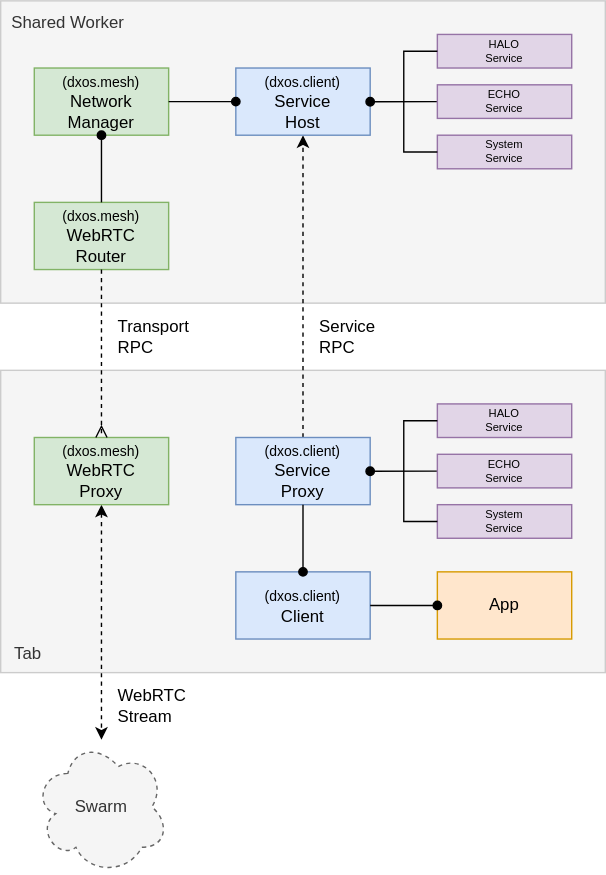
dxos/dxos keeps this draw.io diagram as docs/design/diagrams/client-webrtc-router.drawio.svg. Above is the earlier version. Source tidied: cells renumbered, new cells last; positions are measured from the earlier drawing's top-left corner, leaving out a move shared by most shapes.
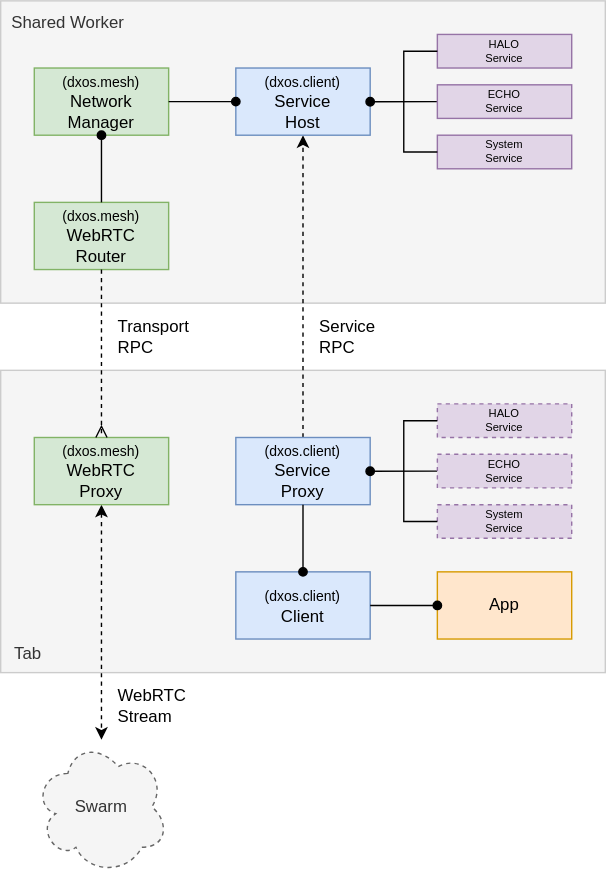
The same file after the commit.

Diff of the diagram source:
```diff
@@ -90,7 +90,7 @@
     <mxCell id="28" style="group;" parent="1" vertex="1">
       <mxGeometry x="264" y="288" width="144" height="96" as="geometry" />
     </mxCell>
-    <mxCell id="29" value="HALO&lt;br style=&quot;font-size: 8px&quot;&gt;Service" style="rounded=0;whiteSpace=wrap;html=1;fontSize=8;fillColor=#e1d5e7;strokeColor=#9673a6;" parent="28" vertex="1">
+    <mxCell id="29" value="HALO&lt;br style=&quot;font-size: 8px&quot;&gt;Service" style="rounded=0;whiteSpace=wrap;html=1;fontSize=8;fillColor=#e1d5e7;strokeColor=#9673a6;dashed=1;" parent="28" vertex="1">
       <mxGeometry x="48" width="96" height="24" as="geometry" />
     </mxCell>
     <mxCell id="30" style="edgeStyle=none;rounded=0;html=1;exitX=0;exitY=0.5;exitDx=0;exitDy=0;startArrow=none;startFill=0;endArrow=oval;endFill=1;" parent="28" edge="1" source="31">
@@ -98,10 +98,10 @@
         <mxPoint y="48.1" as="targetPoint" />
       </mxGeometry>
     </mxCell>
-    <mxCell id="31" value="ECHO&lt;br style=&quot;font-size: 8px&quot;&gt;Service" style="rounded=0;whiteSpace=wrap;html=1;fontSize=8;fillColor=#e1d5e7;strokeColor=#9673a6;" parent="28" vertex="1">
+    <mxCell id="31" value="ECHO&lt;br style=&quot;font-size: 8px&quot;&gt;Service" style="rounded=0;whiteSpace=wrap;html=1;fontSize=8;fillColor=#e1d5e7;strokeColor=#9673a6;dashed=1;" parent="28" vertex="1">
       <mxGeometry x="48" y="36" width="96" height="24" as="geometry" />
     </mxCell>
-    <mxCell id="32" value="System&lt;br style=&quot;font-size: 8px&quot;&gt;Service" style="rounded=0;whiteSpace=wrap;html=1;fontSize=8;fillColor=#e1d5e7;strokeColor=#9673a6;" parent="28" vertex="1">
+    <mxCell id="32" value="System&lt;br style=&quot;font-size: 8px&quot;&gt;Service" style="rounded=0;whiteSpace=wrap;html=1;fontSize=8;fillColor=#e1d5e7;strokeColor=#9673a6;dashed=1;" parent="28" vertex="1">
       <mxGeometry x="48" y="72" width="96" height="24" as="geometry" />
     </mxCell>
     <mxCell id="33" style="edgeStyle=none;html=1;exitX=0;exitY=0.5;exitDx=0;exitDy=0;entryX=0;entryY=0.5;entryDx=0;entryDy=0;startArrow=none;startFill=0;endArrow=none;endFill=0;rounded=0;" parent="28" edge="1" source="29" target="32">
```
